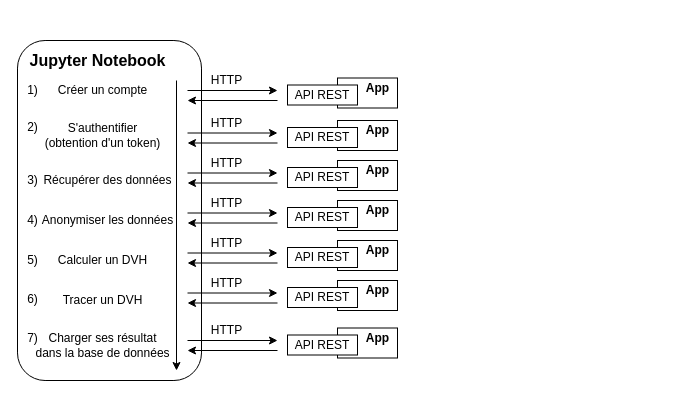
Before: images/atelier.drawio in ulaval-rs/prog-fest-presentation, a draw.io diagram. Source tidied: cells renumbered, new cells numbered last; positions are measured from the earlier drawing's top-left corner, leaving out a move shared by most shapes. Both pictures are drawn from the tidied source at 100%, with x=0, y=0 at pixel (17, 40).
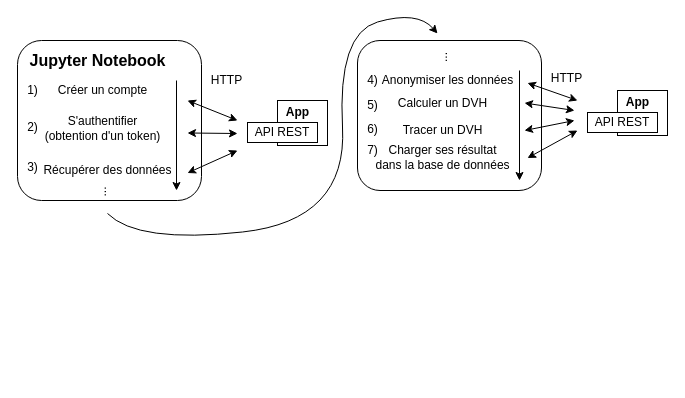
The same page after the edit.

What changed in the source:
```diff
@@
     <mxCell id="2" style="rounded=1;whiteSpace=wrap;html=1;" parent="1" vertex="1">
-      <mxGeometry width="184" height="340" as="geometry" />
+      <mxGeometry width="184" height="160" as="geometry" />
     </mxCell>
     <mxCell id="3" style="rounded=0;whiteSpace=wrap;html=1;" parent="1" vertex="1">
-      <mxGeometry x="320" y="37.5" width="60" height="30" as="geometry" />
+      <mxGeometry x="260" y="60" width="50" height="45" as="geometry" />
     </mxCell>
     <mxCell id="4" style="endArrow=classic;html=1;rounded=0;" parent="1" edge="1">
       <mxGeometry relative="1" as="geometry">
         <mxPoint x="159" y="40" as="sourcePoint" />
-        <mxPoint x="159" y="330" as="targetPoint" />
+        <mxPoint x="159" y="150" as="targetPoint" />
       </mxGeometry>
     </mxCell>
@@
     <mxCell id="6" value="S'authentifier&lt;br&gt;(obtention d'un token)" style="text;html=1;align=center;verticalAlign=middle;strokeColor=none;fillColor=none;" parent="1" vertex="1">
-      <mxGeometry x="20" y="80" width="130" height="30" as="geometry" />
+      <mxGeometry x="20" y="72.5" width="130" height="30" as="geometry" />
     </mxCell>
     <mxCell id="7" value="Récupérer des données" style="text;html=1;align=center;verticalAlign=middle;strokeColor=none;fillColor=none;" parent="1" vertex="1">
-      <mxGeometry x="20" y="130" width="140" height="20" as="geometry" />
+      <mxGeometry x="20" y="120" width="140" height="20" as="geometry" />
     </mxCell>
+    <mxCell id="13" style="endArrow=classic;html=1;rounded=0;startArrow=classic;startFill=1;endFill=1;" parent="1" edge="1">
+      <mxGeometry relative="1" as="geometry">
+        <mxPoint x="170" y="60" as="sourcePoint" />
+        <mxPoint x="220" y="80" as="targetPoint" />
+      </mxGeometry>
+    </mxCell>
+    <mxCell id="14" value="HTTP" style="text;html=1;align=center;verticalAlign=middle;strokeColor=none;fillColor=none;" parent="1" vertex="1">
+      <mxGeometry x="184" y="30" width="50" height="20" as="geometry" />
+    </mxCell>
+    <mxCell id="15" value="API REST" style="whiteSpace=wrap;html=1;" parent="1" vertex="1">
+      <mxGeometry x="230" y="82" width="70" height="20" as="geometry" />
+    </mxCell>
+    <mxCell id="16" value="&lt;b&gt;App&lt;/b&gt;" style="text;html=1;align=center;verticalAlign=middle;strokeColor=none;fillColor=none;" parent="1" vertex="1">
+      <mxGeometry x="260" y="62" width="40" height="20" as="geometry" />
+    </mxCell>
+    <mxCell id="18" style="endArrow=classic;html=1;rounded=0;startArrow=classic;startFill=1;" parent="1" edge="1">
+      <mxGeometry relative="1" as="geometry">
+        <mxPoint x="170" y="92.5" as="sourcePoint" />
+        <mxPoint x="220" y="93" as="targetPoint" />
+      </mxGeometry>
+    </mxCell>
+    <mxCell id="24" style="endArrow=classic;html=1;rounded=0;startArrow=classic;startFill=1;" parent="1" edge="1">
+      <mxGeometry relative="1" as="geometry">
+        <mxPoint x="170" y="132.5" as="sourcePoint" />
+        <mxPoint x="220" y="110" as="targetPoint" />
+      </mxGeometry>
+    </mxCell>
+    <mxCell id="53" value="Jupyter Notebook" style="text;html=1;align=center;verticalAlign=middle;strokeColor=none;fillColor=none;fontStyle=1;fontSize=16;" parent="1" vertex="1">
+      <mxGeometry x="5" y="10" width="150" height="20" as="geometry" />
+    </mxCell>
+    <mxCell id="54" value="&lt;font style=&quot;font-size: 12px&quot;&gt;1)&lt;/font&gt;" style="text;html=1;align=center;verticalAlign=middle;strokeColor=none;fillColor=none;fontSize=16;" parent="1" vertex="1">
+      <mxGeometry y="32.5" width="30" height="30" as="geometry" />
+    </mxCell>
+    <mxCell id="55" value="&lt;font style=&quot;font-size: 12px&quot;&gt;2)&lt;/font&gt;" style="text;html=1;align=center;verticalAlign=middle;strokeColor=none;fillColor=none;fontSize=16;" parent="1" vertex="1">
+      <mxGeometry y="70" width="30" height="30" as="geometry" />
+    </mxCell>
+    <mxCell id="56" value="&lt;font style=&quot;font-size: 12px&quot;&gt;3)&lt;/font&gt;" style="text;html=1;align=center;verticalAlign=middle;strokeColor=none;fillColor=none;fontSize=16;" parent="1" vertex="1">
+      <mxGeometry y="110" width="30" height="30" as="geometry" />
+    </mxCell>
+    <mxCell id="61" style="rounded=1;whiteSpace=wrap;html=1;" parent="1" vertex="1">
+      <mxGeometry x="340" width="184" height="150" as="geometry" />
+    </mxCell>
+    <mxCell id="62" style="endArrow=classic;html=1;rounded=0;" parent="1" edge="1">
+      <mxGeometry relative="1" as="geometry">
+        <mxPoint x="502" y="30" as="sourcePoint" />
+        <mxPoint x="502" y="140" as="targetPoint" />
+      </mxGeometry>
+    </mxCell>
     <mxCell id="8" value="Anonymiser les données" style="text;html=1;align=center;verticalAlign=middle;strokeColor=none;fillColor=none;" parent="1" vertex="1">
-      <mxGeometry x="15" y="170" width="150" height="20" as="geometry" />
+      <mxGeometry x="355" y="30" width="150" height="20" as="geometry" />
     </mxCell>
     <mxCell id="9" value="Calculer un DVH" style="text;html=1;align=center;verticalAlign=middle;strokeColor=none;fillColor=none;" parent="1" vertex="1">
-      <mxGeometry x="35" y="210" width="100" height="20" as="geometry" />
+      <mxGeometry x="375" y="52.5" width="100" height="20" as="geometry" />
     </mxCell>
     <mxCell id="10" value="Tracer un DVH" style="text;html=1;align=center;verticalAlign=middle;strokeColor=none;fillColor=none;" parent="1" vertex="1">
-      <mxGeometry x="35" y="250" width="100" height="20" as="geometry" />
+      <mxGeometry x="375" y="80" width="100" height="20" as="geometry" />
     </mxCell>
     <mxCell id="11" value="Charger ses résultat&lt;br&gt;dans la base de données" style="text;html=1;align=center;verticalAlign=middle;strokeColor=none;fillColor=none;" parent="1" vertex="1">
-      <mxGeometry x="10" y="290" width="150" height="30" as="geometry" />
+      <mxGeometry x="350" y="102" width="150" height="30" as="geometry" />
     </mxCell>
-    <mxCell id="12" style="endArrow=classic;html=1;rounded=0;" parent="1" edge="1">
-      <mxGeometry relative="1" as="geometry">
-        <mxPoint x="170" y="50" as="sourcePoint" />
-        <mxPoint x="260" y="50" as="targetPoint" />
-      </mxGeometry>
-    </mxCell>
-    <mxCell id="13" style="endArrow=none;html=1;rounded=0;startArrow=classic;startFill=1;endFill=0;" parent="1" edge="1">
-      <mxGeometry relative="1" as="geometry">
-        <mxPoint x="170" y="60" as="sourcePoint" />
-        <mxPoint x="260" y="60" as="targetPoint" />
-      </mxGeometry>
-    </mxCell>
-    <mxCell id="14" value="HTTP" style="text;html=1;align=center;verticalAlign=middle;strokeColor=none;fillColor=none;" parent="1" vertex="1">
-      <mxGeometry x="184" y="30" width="50" height="20" as="geometry" />
-    </mxCell>
-    <mxCell id="15" value="API REST" style="whiteSpace=wrap;html=1;" parent="1" vertex="1">
-      <mxGeometry x="270" y="44.5" width="70" height="20" as="geometry" />
-    </mxCell>
-    <mxCell id="16" value="&lt;b&gt;App&lt;/b&gt;" style="text;html=1;align=center;verticalAlign=middle;strokeColor=none;fillColor=none;" parent="1" vertex="1">
-      <mxGeometry x="340" y="37.5" width="40" height="20" as="geometry" />
-    </mxCell>
-    <mxCell id="17" style="rounded=0;whiteSpace=wrap;html=1;" parent="1" vertex="1">
-      <mxGeometry x="320" y="80" width="60" height="30" as="geometry" />
-    </mxCell>
-    <mxCell id="18" style="endArrow=classic;html=1;rounded=0;" parent="1" edge="1">
-      <mxGeometry relative="1" as="geometry">
-        <mxPoint x="170" y="92.5" as="sourcePoint" />
-        <mxPoint x="260" y="92.5" as="targetPoint" />
-      </mxGeometry>
-    </mxCell>
-    <mxCell id="19" style="endArrow=none;html=1;rounded=0;startArrow=classic;startFill=1;endFill=0;" parent="1" edge="1">
-      <mxGeometry relative="1" as="geometry">
-        <mxPoint x="170" y="102.5" as="sourcePoint" />
-        <mxPoint x="260" y="102.5" as="targetPoint" />
-      </mxGeometry>
-    </mxCell>
-    <mxCell id="20" value="HTTP" style="text;html=1;align=center;verticalAlign=middle;strokeColor=none;fillColor=none;" parent="1" vertex="1">
-      <mxGeometry x="184" y="72.5" width="50" height="20" as="geometry" />
-    </mxCell>
-    <mxCell id="21" value="API REST" style="whiteSpace=wrap;html=1;" parent="1" vertex="1">
-      <mxGeometry x="270" y="87" width="70" height="20" as="geometry" />
-    </mxCell>
-    <mxCell id="22" value="&lt;b&gt;App&lt;/b&gt;" style="text;html=1;align=center;verticalAlign=middle;strokeColor=none;fillColor=none;" parent="1" vertex="1">
-      <mxGeometry x="340" y="80" width="40" height="20" as="geometry" />
-    </mxCell>
-    <mxCell id="23" style="rounded=0;whiteSpace=wrap;html=1;" parent="1" vertex="1">
-      <mxGeometry x="320" y="120" width="60" height="30" as="geometry" />
-    </mxCell>
-    <mxCell id="24" style="endArrow=classic;html=1;rounded=0;" parent="1" edge="1">
-      <mxGeometry relative="1" as="geometry">
-        <mxPoint x="170" y="132.5" as="sourcePoint" />
-        <mxPoint x="260" y="132.5" as="targetPoint" />
-      </mxGeometry>
-    </mxCell>
-    <mxCell id="25" style="endArrow=none;html=1;rounded=0;startArrow=classic;startFill=1;endFill=0;" parent="1" edge="1">
-      <mxGeometry relative="1" as="geometry">
-        <mxPoint x="170" y="142.5" as="sourcePoint" />
-        <mxPoint x="260" y="142.5" as="targetPoint" />
-      </mxGeometry>
-    </mxCell>
-    <mxCell id="26" value="HTTP" style="text;html=1;align=center;verticalAlign=middle;strokeColor=none;fillColor=none;" parent="1" vertex="1">
-      <mxGeometry x="184" y="112.5" width="50" height="20" as="geometry" />
-    </mxCell>
-    <mxCell id="27" value="API REST" style="whiteSpace=wrap;html=1;" parent="1" vertex="1">
-      <mxGeometry x="270" y="127" width="70" height="20" as="geometry" />
-    </mxCell>
-    <mxCell id="28" value="&lt;b&gt;App&lt;/b&gt;" style="text;html=1;align=center;verticalAlign=middle;strokeColor=none;fillColor=none;" parent="1" vertex="1">
-      <mxGeometry x="340" y="120" width="40" height="20" as="geometry" />
-    </mxCell>
-    <mxCell id="29" style="rounded=0;whiteSpace=wrap;html=1;" parent="1" vertex="1">
-      <mxGeometry x="320" y="160" width="60" height="30" as="geometry" />
-    </mxCell>
-    <mxCell id="30" style="endArrow=classic;html=1;rounded=0;" parent="1" edge="1">
-      <mxGeometry relative="1" as="geometry">
-        <mxPoint x="170" y="172.5" as="sourcePoint" />
-        <mxPoint x="260" y="172.5" as="targetPoint" />
-      </mxGeometry>
-    </mxCell>
-    <mxCell id="31" style="endArrow=none;html=1;rounded=0;startArrow=classic;startFill=1;endFill=0;" parent="1" edge="1">
-      <mxGeometry relative="1" as="geometry">
-        <mxPoint x="170" y="182.5" as="sourcePoint" />
-        <mxPoint x="260" y="182.5" as="targetPoint" />
-      </mxGeometry>
-    </mxCell>
-    <mxCell id="32" value="HTTP" style="text;html=1;align=center;verticalAlign=middle;strokeColor=none;fillColor=none;" parent="1" vertex="1">
-      <mxGeometry x="184" y="152.5" width="50" height="20" as="geometry" />
-    </mxCell>
-    <mxCell id="33" value="API REST" style="whiteSpace=wrap;html=1;" parent="1" vertex="1">
-      <mxGeometry x="270" y="167" width="70" height="20" as="geometry" />
-    </mxCell>
-    <mxCell id="34" value="&lt;b&gt;App&lt;/b&gt;" style="text;html=1;align=center;verticalAlign=middle;strokeColor=none;fillColor=none;" parent="1" vertex="1">
-      <mxGeometry x="340" y="160" width="40" height="20" as="geometry" />
-    </mxCell>
-    <mxCell id="35" style="rounded=0;whiteSpace=wrap;html=1;" parent="1" vertex="1">
-      <mxGeometry x="320" y="200" width="60" height="30" as="geometry" />
-    </mxCell>
-    <mxCell id="36" style="endArrow=classic;html=1;rounded=0;" parent="1" edge="1">
-      <mxGeometry relative="1" as="geometry">
-        <mxPoint x="170" y="212.5" as="sourcePoint" />
-        <mxPoint x="260" y="212.5" as="targetPoint" />
-      </mxGeometry>
-    </mxCell>
-    <mxCell id="37" style="endArrow=none;html=1;rounded=0;startArrow=classic;startFill=1;endFill=0;" parent="1" edge="1">
-      <mxGeometry relative="1" as="geometry">
-        <mxPoint x="170" y="222.5" as="sourcePoint" />
-        <mxPoint x="260" y="222.5" as="targetPoint" />
-      </mxGeometry>
-    </mxCell>
-    <mxCell id="38" value="HTTP" style="text;html=1;align=center;verticalAlign=middle;strokeColor=none;fillColor=none;" parent="1" vertex="1">
-      <mxGeometry x="184" y="192.5" width="50" height="20" as="geometry" />
-    </mxCell>
-    <mxCell id="39" value="API REST" style="whiteSpace=wrap;html=1;" parent="1" vertex="1">
-      <mxGeometry x="270" y="207" width="70" height="20" as="geometry" />
-    </mxCell>
-    <mxCell id="40" value="&lt;b&gt;App&lt;/b&gt;" style="text;html=1;align=center;verticalAlign=middle;strokeColor=none;fillColor=none;" parent="1" vertex="1">
-      <mxGeometry x="340" y="200" width="40" height="20" as="geometry" />
-    </mxCell>
-    <mxCell id="41" style="rounded=0;whiteSpace=wrap;html=1;" parent="1" vertex="1">
-      <mxGeometry x="320" y="240" width="60" height="30" as="geometry" />
-    </mxCell>
-    <mxCell id="42" style="endArrow=classic;html=1;rounded=0;" parent="1" edge="1">
-      <mxGeometry relative="1" as="geometry">
-        <mxPoint x="170" y="252.5" as="sourcePoint" />
-        <mxPoint x="260" y="252.5" as="targetPoint" />
-      </mxGeometry>
-    </mxCell>
-    <mxCell id="43" style="endArrow=none;html=1;rounded=0;startArrow=classic;startFill=1;endFill=0;" parent="1" edge="1">
-      <mxGeometry relative="1" as="geometry">
-        <mxPoint x="170" y="262.5" as="sourcePoint" />
-        <mxPoint x="260" y="262.5" as="targetPoint" />
-      </mxGeometry>
-    </mxCell>
-    <mxCell id="44" value="HTTP" style="text;html=1;align=center;verticalAlign=middle;strokeColor=none;fillColor=none;" parent="1" vertex="1">
-      <mxGeometry x="184" y="232.5" width="50" height="20" as="geometry" />
-    </mxCell>
-    <mxCell id="45" value="API REST" style="whiteSpace=wrap;html=1;" parent="1" vertex="1">
-      <mxGeometry x="270" y="247" width="70" height="20" as="geometry" />
-    </mxCell>
-    <mxCell id="46" value="&lt;b&gt;App&lt;/b&gt;" style="text;html=1;align=center;verticalAlign=middle;strokeColor=none;fillColor=none;" parent="1" vertex="1">
-      <mxGeometry x="340" y="240" width="40" height="20" as="geometry" />
-    </mxCell>
-    <mxCell id="47" style="rounded=0;whiteSpace=wrap;html=1;" parent="1" vertex="1">
-      <mxGeometry x="320" y="287.5" width="60" height="30" as="geometry" />
-    </mxCell>
-    <mxCell id="48" style="endArrow=classic;html=1;rounded=0;" parent="1" edge="1">
-      <mxGeometry relative="1" as="geometry">
-        <mxPoint x="170" y="300" as="sourcePoint" />
-        <mxPoint x="260" y="300" as="targetPoint" />
-      </mxGeometry>
-    </mxCell>
-    <mxCell id="49" style="endArrow=none;html=1;rounded=0;startArrow=classic;startFill=1;endFill=0;" parent="1" edge="1">
-      <mxGeometry relative="1" as="geometry">
-        <mxPoint x="170" y="310" as="sourcePoint" />
-        <mxPoint x="260" y="310" as="targetPoint" />
-      </mxGeometry>
-    </mxCell>
-    <mxCell id="50" value="HTTP" style="text;html=1;align=center;verticalAlign=middle;strokeColor=none;fillColor=none;" parent="1" vertex="1">
-      <mxGeometry x="184" y="280" width="50" height="20" as="geometry" />
-    </mxCell>
-    <mxCell id="51" value="API REST" style="whiteSpace=wrap;html=1;" parent="1" vertex="1">
-      <mxGeometry x="270" y="294.5" width="70" height="20" as="geometry" />
-    </mxCell>
-    <mxCell id="52" value="&lt;b&gt;App&lt;/b&gt;" style="text;html=1;align=center;verticalAlign=middle;strokeColor=none;fillColor=none;" parent="1" vertex="1">
-      <mxGeometry x="340" y="287.5" width="40" height="20" as="geometry" />
-    </mxCell>
-    <mxCell id="53" value="Jupyter Notebook" style="text;html=1;align=center;verticalAlign=middle;strokeColor=none;fillColor=none;fontStyle=1;fontSize=16;" parent="1" vertex="1">
-      <mxGeometry x="5" y="10" width="150" height="20" as="geometry" />
-    </mxCell>
-    <mxCell id="54" value="&lt;font style=&quot;font-size: 12px&quot;&gt;1)&lt;/font&gt;" style="text;html=1;align=center;verticalAlign=middle;strokeColor=none;fillColor=none;fontSize=16;" parent="1" vertex="1">
-      <mxGeometry y="32.5" width="30" height="30" as="geometry" />
-    </mxCell>
-    <mxCell id="55" value="&lt;font style=&quot;font-size: 12px&quot;&gt;2)&lt;/font&gt;" style="text;html=1;align=center;verticalAlign=middle;strokeColor=none;fillColor=none;fontSize=16;" parent="1" vertex="1">
-      <mxGeometry y="70" width="30" height="30" as="geometry" />
-    </mxCell>
-    <mxCell id="56" value="&lt;font style=&quot;font-size: 12px&quot;&gt;3)&lt;/font&gt;" style="text;html=1;align=center;verticalAlign=middle;strokeColor=none;fillColor=none;fontSize=16;" parent="1" vertex="1">
-      <mxGeometry y="122.5" width="30" height="30" as="geometry" />
-    </mxCell>
+    <mxCell id="63" style="endArrow=classic;html=1;rounded=0;startArrow=classic;startFill=1;endFill=1;" parent="1" edge="1">
+      <mxGeometry relative="1" as="geometry">
+        <mxPoint x="510" y="42.5" as="sourcePoint" />
+        <mxPoint x="560" y="60" as="targetPoint" />
+      </mxGeometry>
+    </mxCell>
+    <mxCell id="64" value="HTTP" style="text;html=1;align=center;verticalAlign=middle;strokeColor=none;fillColor=none;" parent="1" vertex="1">
+      <mxGeometry x="524" y="27.5" width="50" height="20" as="geometry" />
+    </mxCell>
+    <mxCell id="65" style="endArrow=classic;html=1;rounded=0;startArrow=classic;startFill=1;endFill=1;" parent="1" edge="1">
+      <mxGeometry relative="1" as="geometry">
+        <mxPoint x="507" y="62.5" as="sourcePoint" />
+        <mxPoint x="557" y="70" as="targetPoint" />
+      </mxGeometry>
+    </mxCell>
+    <mxCell id="66" style="endArrow=classic;html=1;rounded=0;startArrow=classic;startFill=1;" parent="1" edge="1">
+      <mxGeometry relative="1" as="geometry">
+        <mxPoint x="507" y="90" as="sourcePoint" />
+        <mxPoint x="557" y="80" as="targetPoint" />
+      </mxGeometry>
+    </mxCell>
+    <mxCell id="67" style="endArrow=classic;html=1;rounded=0;startArrow=classic;startFill=1;" parent="1" edge="1">
+      <mxGeometry relative="1" as="geometry">
+        <mxPoint x="510" y="117.5" as="sourcePoint" />
+        <mxPoint x="560" y="90" as="targetPoint" />
+      </mxGeometry>
+    </mxCell>
     <mxCell id="57" value="&lt;font style=&quot;font-size: 12px&quot;&gt;4)&lt;/font&gt;" style="text;html=1;align=center;verticalAlign=middle;strokeColor=none;fillColor=none;fontSize=16;" parent="1" vertex="1">
-      <mxGeometry y="162.5" width="30" height="30" as="geometry" />
+      <mxGeometry x="340" y="22.5" width="30" height="30" as="geometry" />
     </mxCell>
     <mxCell id="58" value="&lt;font style=&quot;font-size: 12px&quot;&gt;5)&lt;br&gt;&lt;/font&gt;" style="text;html=1;align=center;verticalAlign=middle;strokeColor=none;fillColor=none;fontSize=16;" parent="1" vertex="1">
-      <mxGeometry y="202.5" width="30" height="30" as="geometry" />
+      <mxGeometry x="340" y="47.5" width="30" height="30" as="geometry" />
     </mxCell>
     <mxCell id="59" value="&lt;font style=&quot;font-size: 12px&quot;&gt;6)&lt;/font&gt;" style="text;html=1;align=center;verticalAlign=middle;strokeColor=none;fillColor=none;fontSize=16;" parent="1" vertex="1">
-      <mxGeometry y="242" width="30" height="30" as="geometry" />
+      <mxGeometry x="340" y="72" width="30" height="30" as="geometry" />
     </mxCell>
     <mxCell id="60" value="&lt;font style=&quot;font-size: 12px&quot;&gt;7)&lt;/font&gt;" style="text;html=1;align=center;verticalAlign=middle;strokeColor=none;fillColor=none;fontSize=16;" parent="1" vertex="1">
-      <mxGeometry y="281" width="30" height="30" as="geometry" />
+      <mxGeometry x="340" y="92.5" width="30" height="30" as="geometry" />
     </mxCell>
+    <mxCell id="68" value="..." style="text;html=1;align=center;verticalAlign=middle;strokeColor=none;fillColor=none;rotation=-90;" parent="1" vertex="1">
+      <mxGeometry x="70" y="142" width="30" height="20" as="geometry" />
+    </mxCell>
+    <mxCell id="69" value="..." style="text;html=1;align=center;verticalAlign=middle;strokeColor=none;fillColor=none;rotation=-90;" parent="1" vertex="1">
+      <mxGeometry x="410" y="7.5" width="30" height="20" as="geometry" />
+    </mxCell>
+    <mxCell id="70" style="curved=1;endArrow=classic;html=1;rounded=0;" parent="1" edge="1">
+      <mxGeometry relative="1" as="geometry">
+        <mxPoint x="90" y="173" as="sourcePoint" />
+        <mxPoint x="420" y="-7" as="targetPoint" />
+        <Array as="points">
+          <mxPoint x="120" y="203" />
+          <mxPoint x="330" y="180" />
+          <mxPoint x="320" y="-7" />
+          <mxPoint x="400" y="-30" />
+        </Array>
+      </mxGeometry>
+    </mxCell>
+    <mxCell id="71" style="rounded=0;whiteSpace=wrap;html=1;" parent="1" vertex="1">
+      <mxGeometry x="600" y="50" width="50" height="45" as="geometry" />
+    </mxCell>
+    <mxCell id="72" value="API REST" style="whiteSpace=wrap;html=1;" parent="1" vertex="1">
+      <mxGeometry x="570" y="72" width="70" height="20" as="geometry" />
+    </mxCell>
+    <mxCell id="73" value="&lt;b&gt;App&lt;/b&gt;" style="text;html=1;align=center;verticalAlign=middle;strokeColor=none;fillColor=none;" parent="1" vertex="1">
+      <mxGeometry x="600" y="52" width="40" height="20" as="geometry" />
+    </mxCell>
```
